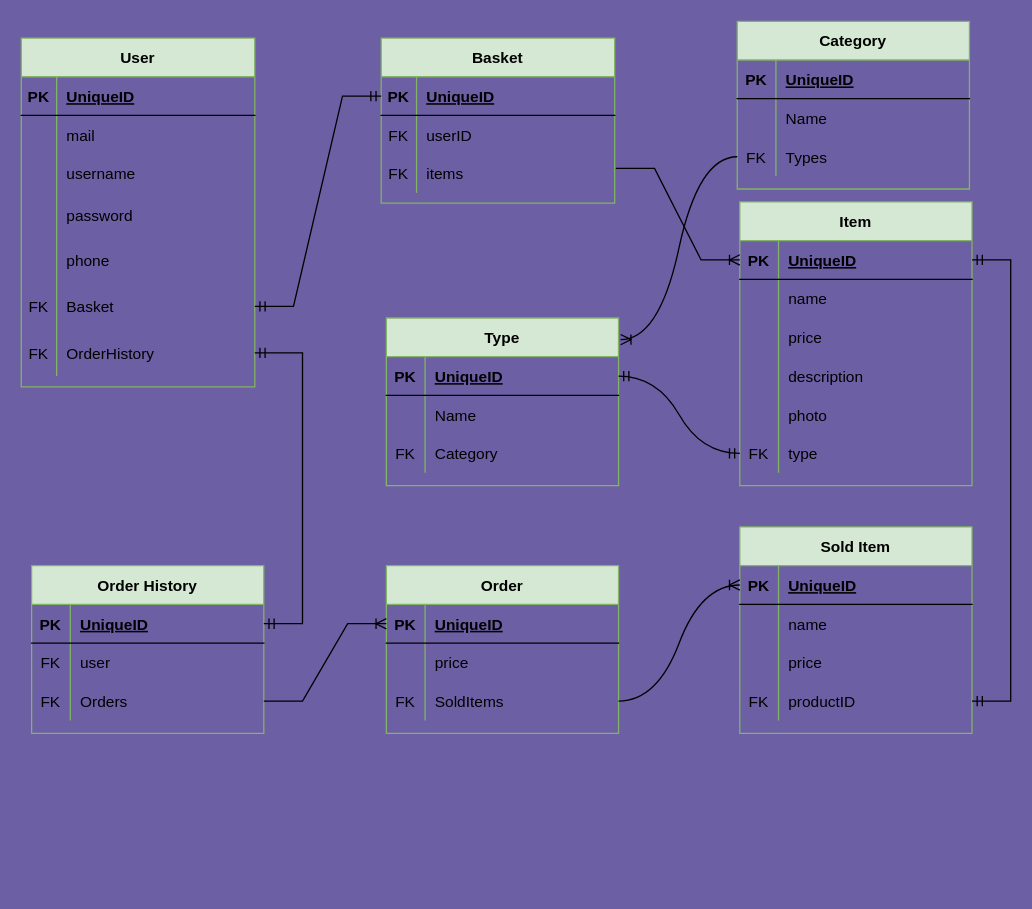
Before: LapkiMarket Diagram.drawio in HoLoDD/lapki-market, a draw.io diagram. Source tidied: cells renumbered, new cells numbered last; positions are measured from the earlier drawing's top-left corner, leaving out a move shared by most shapes. Both pictures are drawn from the tidied source at 129%, with x=0, y=0 at pixel (21, 21).
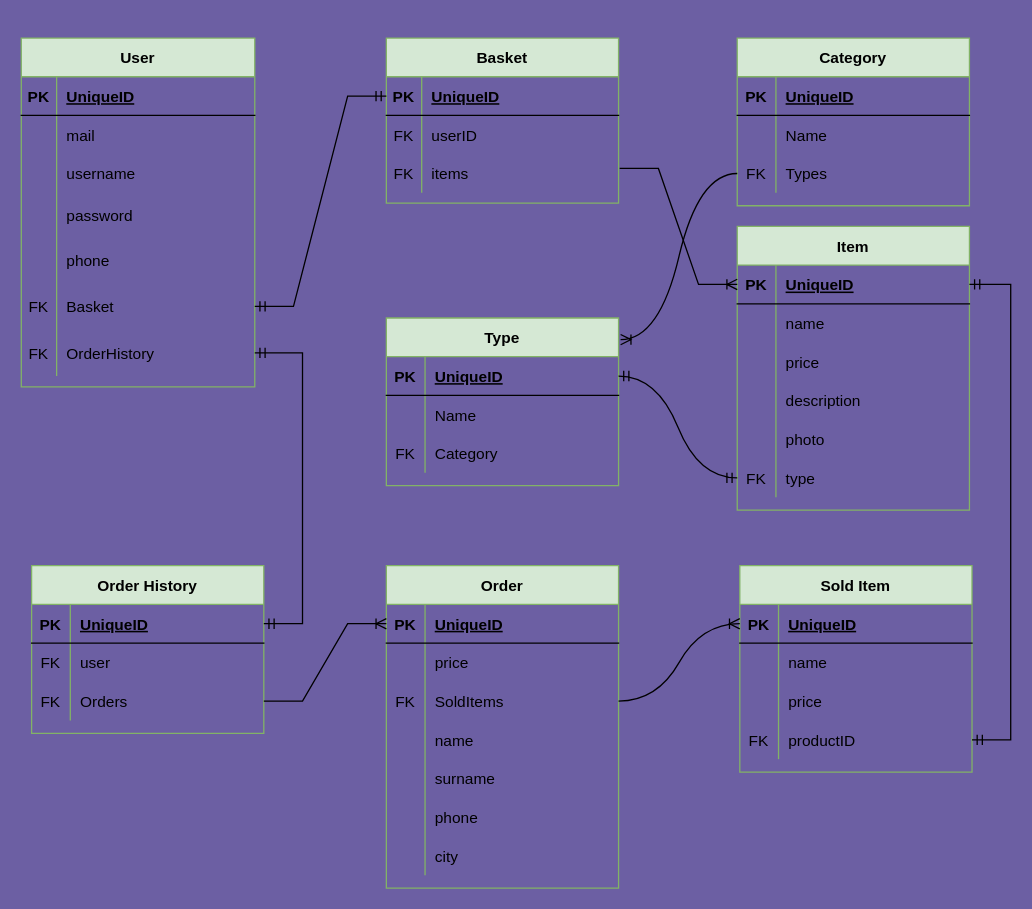
Above is the later version.

The change refers to these unchanged cells:
```xml
<mxCell id="22" style="shape=tableRow;horizontal=0;startSize=0;swimlaneHead=0;swimlaneBody=0;fillColor=none;points=[[0,0.5],[1,0.5]];portConstraint=eastwest;top=0;left=0;right=0;bottom=0;" parent="12" vertex="1">
  <mxGeometry y="120" width="180" height="30" as="geometry" />
</mxCell>
<mxCell id="48" style="shape=tableRow;horizontal=0;startSize=0;swimlaneHead=0;swimlaneBody=0;fillColor=none;points=[[0,0.5],[1,0.5]];portConstraint=eastwest;top=0;left=0;right=0;bottom=1;" parent="47" vertex="1">
  <mxGeometry y="30" width="180" height="30" as="geometry" />
</mxCell>
```

The edit, as a diff of the source:
```diff
@@
     <mxCell id="2" value="Category" style="shape=table;startSize=30;childLayout=tableLayout;rowLines=0;fontStyle=1;align=center;fillColor=#d5e8d4;strokeColor=#82b366;" parent="1" vertex="1">
-      <mxGeometry x="555" width="180" height="130" as="geometry" />
+      <mxGeometry x="555" y="13" width="180" height="130" as="geometry" />
     </mxCell>
@@
     <mxCell id="12" value="Sold Item" style="shape=table;startSize=30;childLayout=tableLayout;rowLines=0;fontStyle=1;align=center;fillColor=#d5e8d4;strokeColor=#82b366;" parent="1" vertex="1">
-      <mxGeometry x="557" y="392" width="180" height="160" as="geometry" />
+      <mxGeometry x="557" y="422" width="180" height="160" as="geometry" />
     </mxCell>
@@
     <mxCell id="47" value="Item" style="shape=table;startSize=30;childLayout=tableLayout;rowLines=0;fontStyle=1;align=center;fillColor=#d5e8d4;strokeColor=#82b366;strokeWidth=1;" parent="1" vertex="1">
-      <mxGeometry x="557" y="140" width="180" height="220" as="geometry" />
+      <mxGeometry x="555" y="159" width="180" height="220" as="geometry" />
     </mxCell>
@@
     <mxCell id="66" value="Order" style="shape=table;startSize=30;childLayout=tableLayout;rowLines=0;fontStyle=1;align=center;fillColor=#d5e8d4;strokeColor=#82b366;" parent="1" vertex="1">
-      <mxGeometry x="283" y="422" width="180" height="130" as="geometry" />
+      <mxGeometry x="283" y="422" width="180" height="250" as="geometry" />
     </mxCell>
@@
+    <mxCell id="115" style="shape=tableRow;horizontal=0;startSize=0;swimlaneHead=0;swimlaneBody=0;fillColor=none;top=0;left=0;right=0;bottom=0;" parent="66" vertex="1">
+      <mxGeometry y="120" width="180" height="30" as="geometry" />
+    </mxCell>
+    <mxCell id="116" style="shape=partialRectangle;fillColor=none;top=0;left=0;bottom=0;right=0;overflow=hidden;" parent="115" vertex="1">
+      <mxGeometry width="30" height="30" as="geometry" />
+    </mxCell>
+    <mxCell id="117" value="name" style="shape=partialRectangle;fillColor=none;top=0;left=0;bottom=0;right=0;align=left;spacingLeft=6;overflow=hidden;" parent="115" vertex="1">
+      <mxGeometry x="30" width="150" height="30" as="geometry" />
+    </mxCell>
+    <mxCell id="118" style="shape=tableRow;horizontal=0;startSize=0;swimlaneHead=0;swimlaneBody=0;fillColor=none;top=0;left=0;right=0;bottom=0;" parent="66" vertex="1">
+      <mxGeometry y="150" width="180" height="30" as="geometry" />
+    </mxCell>
+    <mxCell id="119" style="shape=partialRectangle;fillColor=none;top=0;left=0;bottom=0;right=0;overflow=hidden;" parent="118" vertex="1">
+      <mxGeometry width="30" height="30" as="geometry" />
+    </mxCell>
+    <mxCell id="120" value="surname" style="shape=partialRectangle;fillColor=none;top=0;left=0;bottom=0;right=0;align=left;spacingLeft=6;overflow=hidden;" parent="118" vertex="1">
+      <mxGeometry x="30" width="150" height="30" as="geometry" />
+    </mxCell>
+    <mxCell id="121" style="shape=tableRow;horizontal=0;startSize=0;swimlaneHead=0;swimlaneBody=0;fillColor=none;top=0;left=0;right=0;bottom=0;" parent="66" vertex="1">
+      <mxGeometry y="180" width="180" height="30" as="geometry" />
+    </mxCell>
+    <mxCell id="122" style="shape=partialRectangle;fillColor=none;top=0;left=0;bottom=0;right=0;overflow=hidden;" parent="121" vertex="1">
+      <mxGeometry width="30" height="30" as="geometry" />
+    </mxCell>
+    <mxCell id="123" value="phone" style="shape=partialRectangle;fillColor=none;top=0;left=0;bottom=0;right=0;align=left;spacingLeft=6;overflow=hidden;" parent="121" vertex="1">
+      <mxGeometry x="30" width="150" height="30" as="geometry" />
+    </mxCell>
+    <mxCell id="124" style="shape=tableRow;horizontal=0;startSize=0;swimlaneHead=0;swimlaneBody=0;fillColor=none;top=0;left=0;right=0;bottom=0;" parent="66" vertex="1">
+      <mxGeometry y="210" width="180" height="30" as="geometry" />
+    </mxCell>
+    <mxCell id="125" style="shape=partialRectangle;fillColor=none;top=0;left=0;bottom=0;right=0;overflow=hidden;" parent="124" vertex="1">
+      <mxGeometry width="30" height="30" as="geometry" />
+    </mxCell>
+    <mxCell id="126" value="city" style="shape=partialRectangle;fillColor=none;top=0;left=0;bottom=0;right=0;align=left;spacingLeft=6;overflow=hidden;" parent="124" vertex="1">
+      <mxGeometry x="30" width="150" height="30" as="geometry" />
+    </mxCell>
@@
-    <mxCell id="90" style="edgeStyle=entityRelationEdgeStyle;fontSize=12;html=1;endArrow=ERmandOne;startArrow=ERmandOne;fontColor=#FFFFFF;strokeColor=default;exitX=1;exitY=0.5;exitDx=0;exitDy=0;entryX=1;entryY=0.5;entryDx=0;entryDy=0;rounded=0;" parent="1" edge="1" source="22" target="48">
-      <mxGeometry relative="1" as="geometry" />
+    <mxCell id="90" style="edgeStyle=entityRelationEdgeStyle;fontSize=12;html=1;endArrow=ERmandOne;startArrow=ERmandOne;fontColor=#FFFFFF;strokeColor=default;entryX=1;entryY=0.5;entryDx=0;entryDy=0;rounded=0;" parent="1" edge="1" target="48">
+      <mxGeometry relative="1" as="geometry">
+        <mxPoint x="737" y="557" as="sourcePoint" />
+      </mxGeometry>
     </mxCell>
     <mxCell id="91" value="Basket" style="shape=table;startSize=30;childLayout=tableLayout;rowLines=0;fontStyle=1;align=center;fillColor=#d5e8d4;strokeColor=#82b366;sketch=0;shadow=0;rounded=0;swimlaneLine=1;swimlaneFillColor=none;" parent="1" vertex="1">
-      <mxGeometry x="279" y="13" width="181" height="128" as="geometry" />
+      <mxGeometry x="283" y="13" width="180" height="128" as="geometry" />
     </mxCell>
     <mxCell id="92" style="shape=tableRow;horizontal=0;startSize=0;swimlaneHead=0;swimlaneBody=0;fillColor=none;points=[[0,0.5],[1,0.5]];portConstraint=eastwest;top=0;left=0;right=0;bottom=1;" parent="91" vertex="1">
-      <mxGeometry y="30" width="181" height="30" as="geometry" />
+      <mxGeometry y="30" width="180" height="30" as="geometry" />
     </mxCell>
@@
     <mxCell id="94" value="UniqueID" style="shape=partialRectangle;fillColor=none;top=0;left=0;bottom=0;right=0;align=left;spacingLeft=6;fontStyle=5;overflow=hidden;" parent="92" vertex="1">
-      <mxGeometry x="27.4" width="153.6" height="30" as="geometry" />
+      <mxGeometry x="27.4" width="152.6" height="30" as="geometry" />
     </mxCell>
     <mxCell id="95" style="shape=tableRow;horizontal=0;startSize=0;swimlaneHead=0;swimlaneBody=0;fillColor=none;top=0;left=0;right=0;bottom=0;" parent="91" vertex="1">
-      <mxGeometry y="60" width="181" height="30" as="geometry" />
+      <mxGeometry y="60" width="180" height="30" as="geometry" />
     </mxCell>
@@
     <mxCell id="97" value="userID" style="shape=partialRectangle;fillColor=none;top=0;left=0;bottom=0;right=0;align=left;spacingLeft=6;overflow=hidden;" parent="95" vertex="1">
-      <mxGeometry x="27.4" width="153.6" height="30" as="geometry" />
+      <mxGeometry x="27.4" width="152.6" height="30" as="geometry" />
     </mxCell>
     <mxCell id="98" style="shape=tableRow;horizontal=0;startSize=0;swimlaneHead=0;swimlaneBody=0;fillColor=none;points=[[0,0.5],[1,0.5]];portConstraint=eastwest;top=0;left=0;right=0;bottom=0;" parent="91" vertex="1">
-      <mxGeometry y="90" width="181" height="30" as="geometry" />
+      <mxGeometry y="90" width="180" height="30" as="geometry" />
     </mxCell>
@@
     <mxCell id="100" value="items" style="shape=partialRectangle;fillColor=none;top=0;left=0;bottom=0;right=0;align=left;spacingLeft=6;overflow=hidden;" parent="98" vertex="1">
-      <mxGeometry x="27.4" width="153.6" height="30" as="geometry" />
+      <mxGeometry x="27.4" width="152.6" height="30" as="geometry" />
     </mxCell>
```
